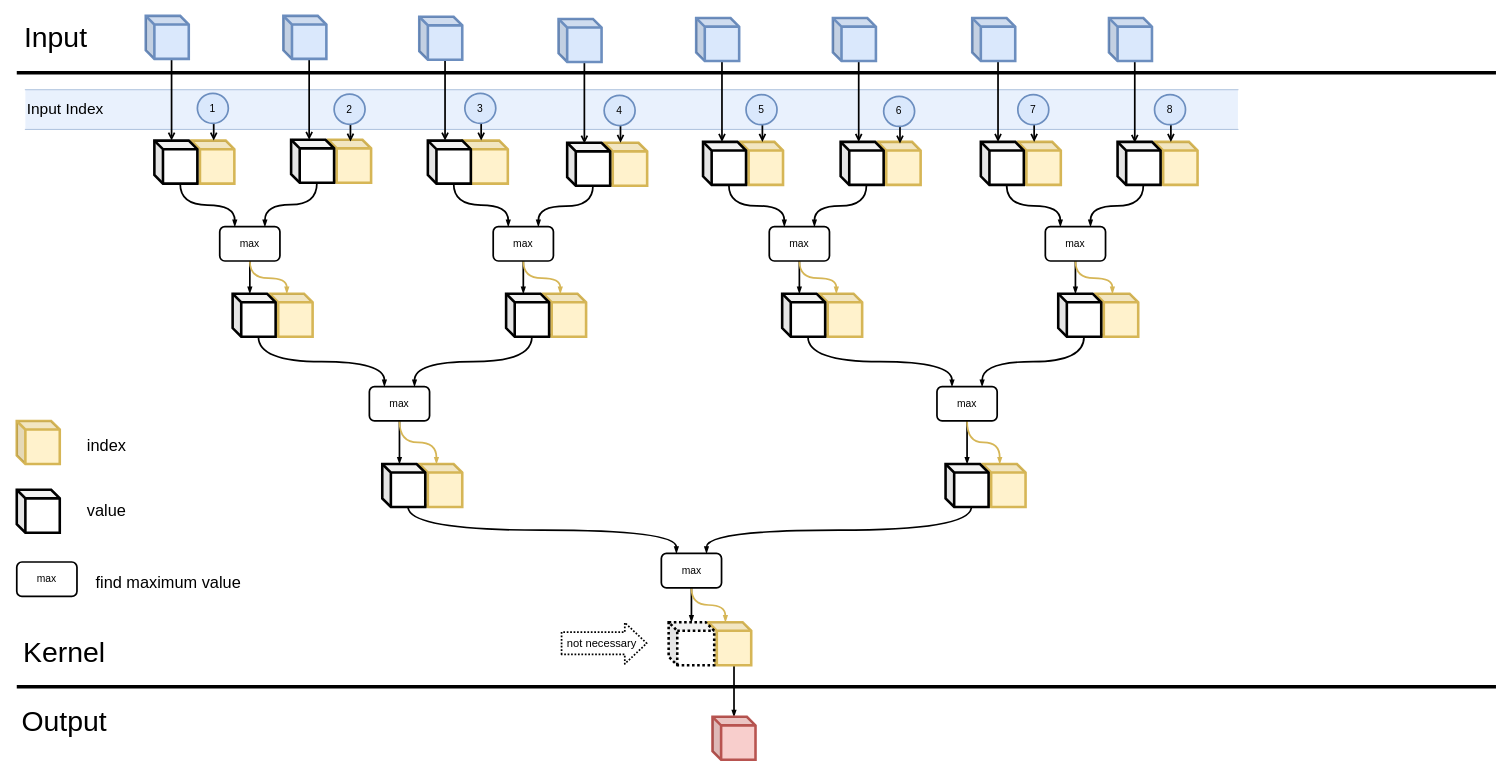
The draw.io diagram Untitled Diagram.drawio in ChengyueWang/FilesShare, before the edit. Source tidied: cells renumbered, new cells numbered last; positions are measured from the earlier drawing's top-left corner, leaving out a move shared by most shapes. Both pictures are drawn from the tidied source at 86%, with x=0, y=0 at pixel (16, 15).
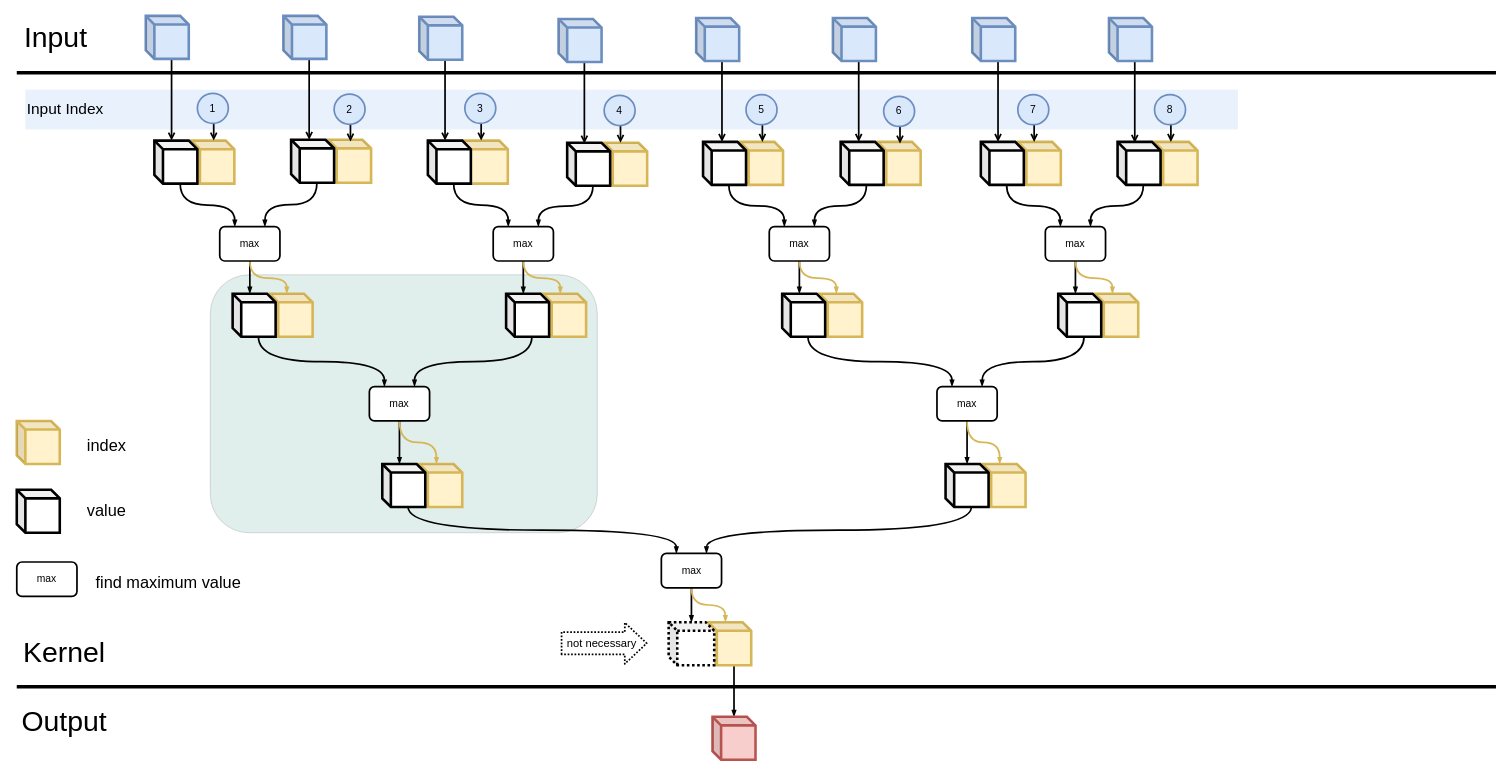
After the change.

Change to the diagram source:
```diff
@@
+    <mxCell id="115" style="rounded=1;whiteSpace=wrap;html=1;strokeColor=#36393d;strokeWidth=1;fontSize=19;opacity=20;align=left;fillColor=#67AB9F;" parent="1" vertex="1">
+      <mxGeometry x="225" y="301" width="450" height="300" as="geometry" />
+    </mxCell>
-    <mxCell id="2" value="&lt;font style=&quot;font-size: 18px&quot;&gt;Input Index&lt;/font&gt;" style="shape=partialRectangle;whiteSpace=wrap;html=1;left=0;right=0;strokeWidth=1;fontSize=13;fillColor=#dae8fc;opacity=60;align=left;perimeterSpacing=7;strokeColor=#6C8EBF;" parent="1" vertex="1">
+    <mxCell id="2" value="&lt;font style=&quot;font-size: 18px&quot;&gt;Input Index&lt;/font&gt;" style="shape=partialRectangle;whiteSpace=wrap;html=1;left=0;right=0;strokeWidth=1;fontSize=13;fillColor=#dae8fc;opacity=60;align=left;perimeterSpacing=7;strokeColor=none;" parent="1" vertex="1">
       <mxGeometry x="10" y="85.8" width="1410" height="46.2" as="geometry" />
     </mxCell>
```
